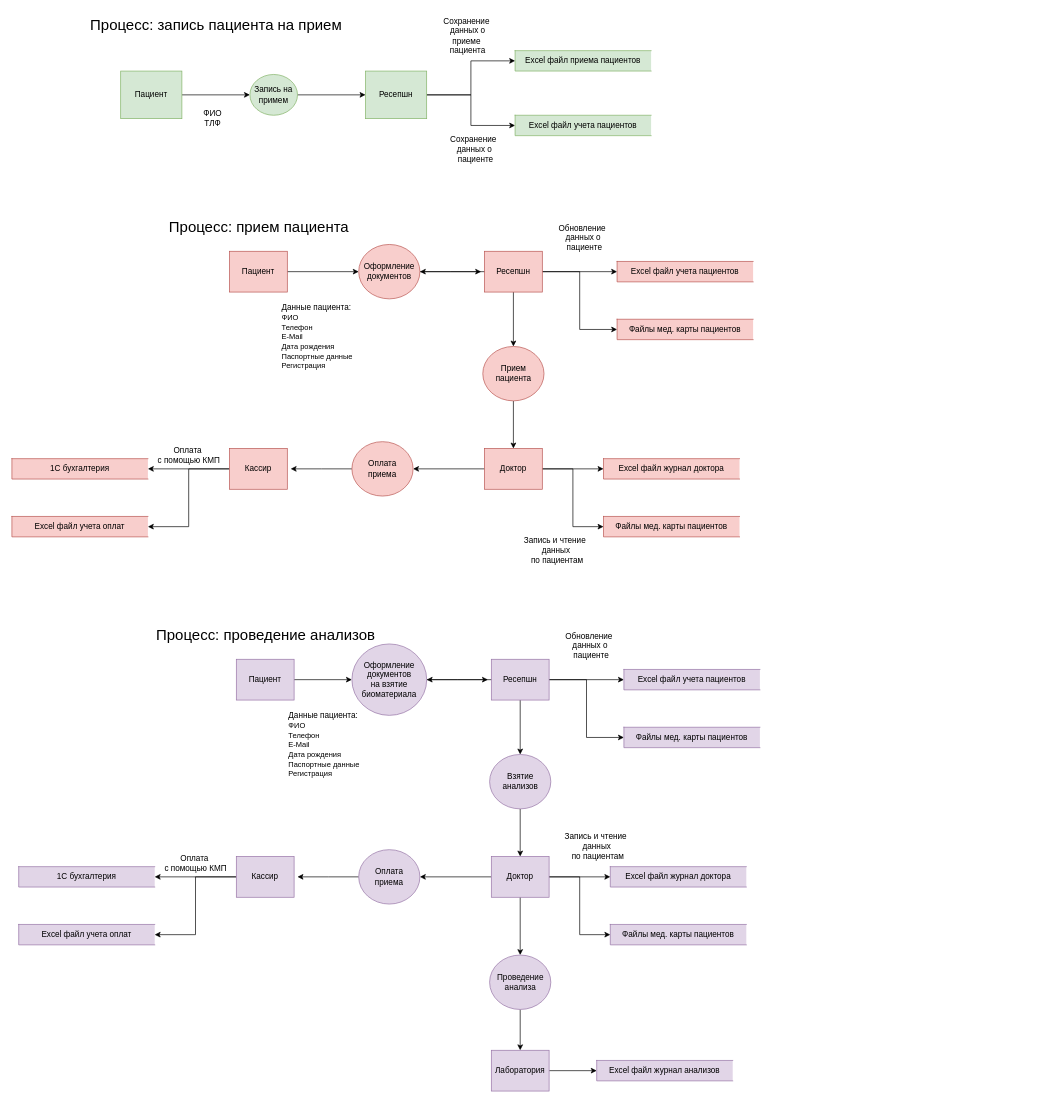
Before: task1/dfd.drawio in vladmsnk/architecture-medikamente, a draw.io diagram. Source tidied: cells renumbered, new cells numbered last; positions are measured from the earlier drawing's top-left corner, leaving out a move shared by most shapes. Both pictures are drawn from the tidied source at 68%, with x=0, y=0 at pixel (12, 12).
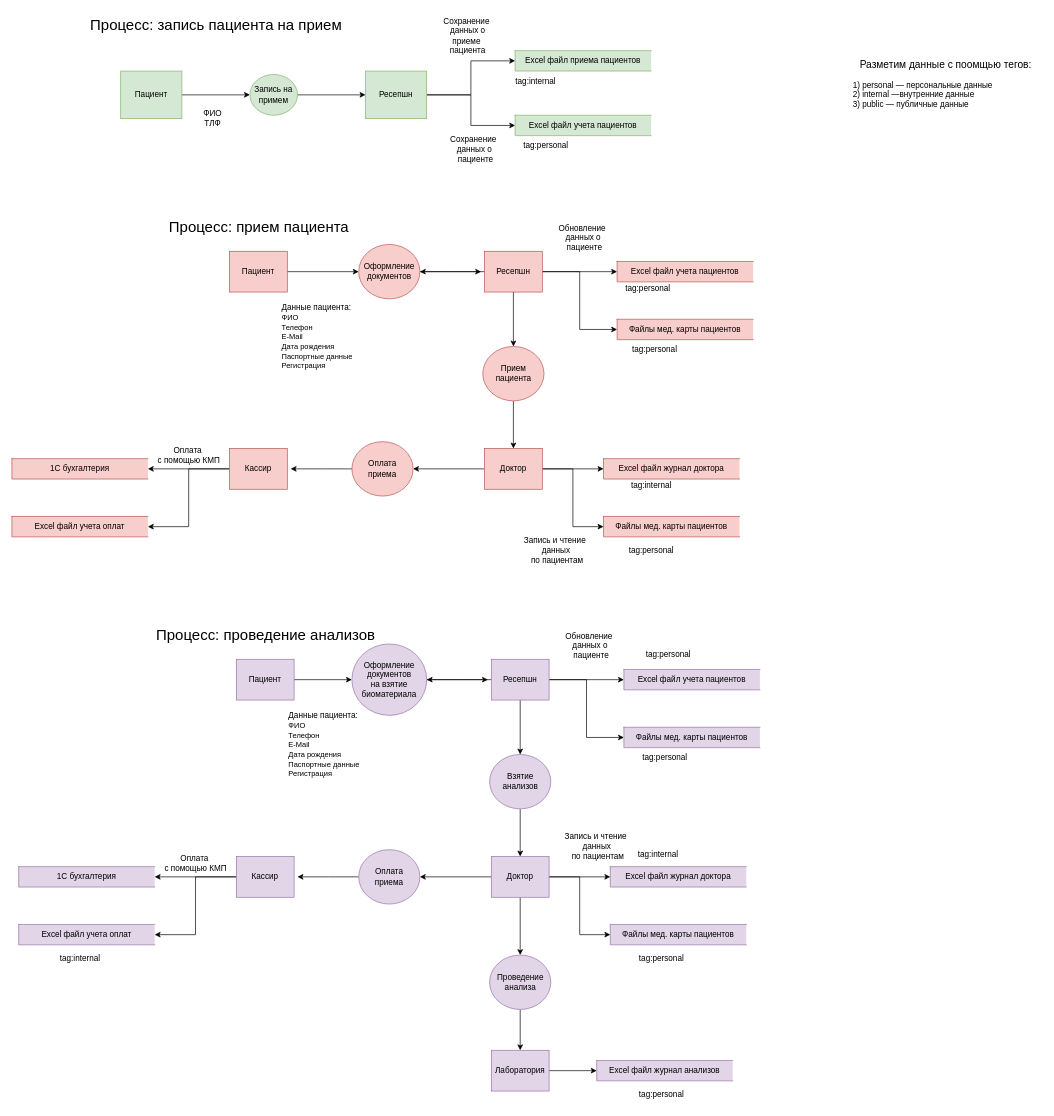
The same diagram, later.

Change to the diagram source:
```diff
@@
+    <mxCell id="85" value="&lt;font style=&quot;font-size: 15px;&quot;&gt;Разметим данные с поомщью тегов:&amp;nbsp;&lt;/font&gt;" style="text;html=1;align=center;verticalAlign=middle;strokeColor=none;fillColor=none;" parent="1" vertex="1">
+      <mxGeometry x="1235" y="62" width="280" height="30" as="geometry" />
+    </mxCell>
+    <mxCell id="86" value="1) personal — персональные данные&lt;br&gt;2) internal —внутренние данные&lt;div&gt;3) public — публичные данные&lt;/div&gt;" style="text;html=1;align=left;verticalAlign=middle;strokeColor=none;fillColor=none;" parent="1" vertex="1">
+      <mxGeometry x="1235" y="92" width="230" height="60" as="geometry" />
+    </mxCell>
+    <mxCell id="87" value="tag:personal" style="text;html=1;align=center;verticalAlign=middle;strokeColor=none;fillColor=none;" parent="1" vertex="1">
+      <mxGeometry x="740" y="182" width="90" height="30" as="geometry" />
+    </mxCell>
+    <mxCell id="88" value="tag:internal" style="text;html=1;align=center;verticalAlign=middle;strokeColor=none;fillColor=none;" parent="1" vertex="1">
+      <mxGeometry x="730" y="87" width="80" height="30" as="geometry" />
+    </mxCell>
+    <mxCell id="89" value="tag:personal" style="text;html=1;align=center;verticalAlign=middle;strokeColor=none;fillColor=none;" parent="1" vertex="1">
+      <mxGeometry x="890" y="392" width="90" height="30" as="geometry" />
+    </mxCell>
+    <mxCell id="90" value="tag:internal" style="text;html=1;align=center;verticalAlign=middle;strokeColor=none;fillColor=none;" parent="1" vertex="1">
+      <mxGeometry x="900" y="682" width="80" height="30" as="geometry" />
+    </mxCell>
+    <mxCell id="91" value="tag:personal" style="text;html=1;align=center;verticalAlign=middle;strokeColor=none;fillColor=none;" parent="1" vertex="1">
+      <mxGeometry x="900" y="482" width="90" height="30" as="geometry" />
+    </mxCell>
+    <mxCell id="92" value="tag:personal" style="text;html=1;align=center;verticalAlign=middle;strokeColor=none;fillColor=none;" parent="1" vertex="1">
+      <mxGeometry x="895" y="777" width="90" height="30" as="geometry" />
+    </mxCell>
+    <mxCell id="93" value="tag:personal" style="text;html=1;align=center;verticalAlign=middle;strokeColor=none;fillColor=none;" parent="1" vertex="1">
+      <mxGeometry x="920" y="929.5" width="90" height="30" as="geometry" />
+    </mxCell>
+    <mxCell id="94" value="tag:personal" style="text;html=1;align=center;verticalAlign=middle;strokeColor=none;fillColor=none;" parent="1" vertex="1">
+      <mxGeometry x="915" y="1082" width="90" height="30" as="geometry" />
+    </mxCell>
+    <mxCell id="95" value="tag:personal" style="text;html=1;align=center;verticalAlign=middle;strokeColor=none;fillColor=none;" parent="1" vertex="1">
+      <mxGeometry x="910" y="1377" width="90" height="30" as="geometry" />
+    </mxCell>
+    <mxCell id="96" value="tag:personal" style="text;html=1;align=center;verticalAlign=middle;strokeColor=none;fillColor=none;" parent="1" vertex="1">
+      <mxGeometry x="910" y="1577" width="90" height="30" as="geometry" />
+    </mxCell>
+    <mxCell id="97" value="tag:internal" style="text;html=1;align=center;verticalAlign=middle;strokeColor=none;fillColor=none;" parent="1" vertex="1">
+      <mxGeometry x="910" y="1225" width="80" height="30" as="geometry" />
+    </mxCell>
+    <mxCell id="98" value="tag:internal" style="text;html=1;align=center;verticalAlign=middle;strokeColor=none;fillColor=none;" parent="1" vertex="1">
+      <mxGeometry x="60" y="1377" width="80" height="30" as="geometry" />
+    </mxCell>
```
